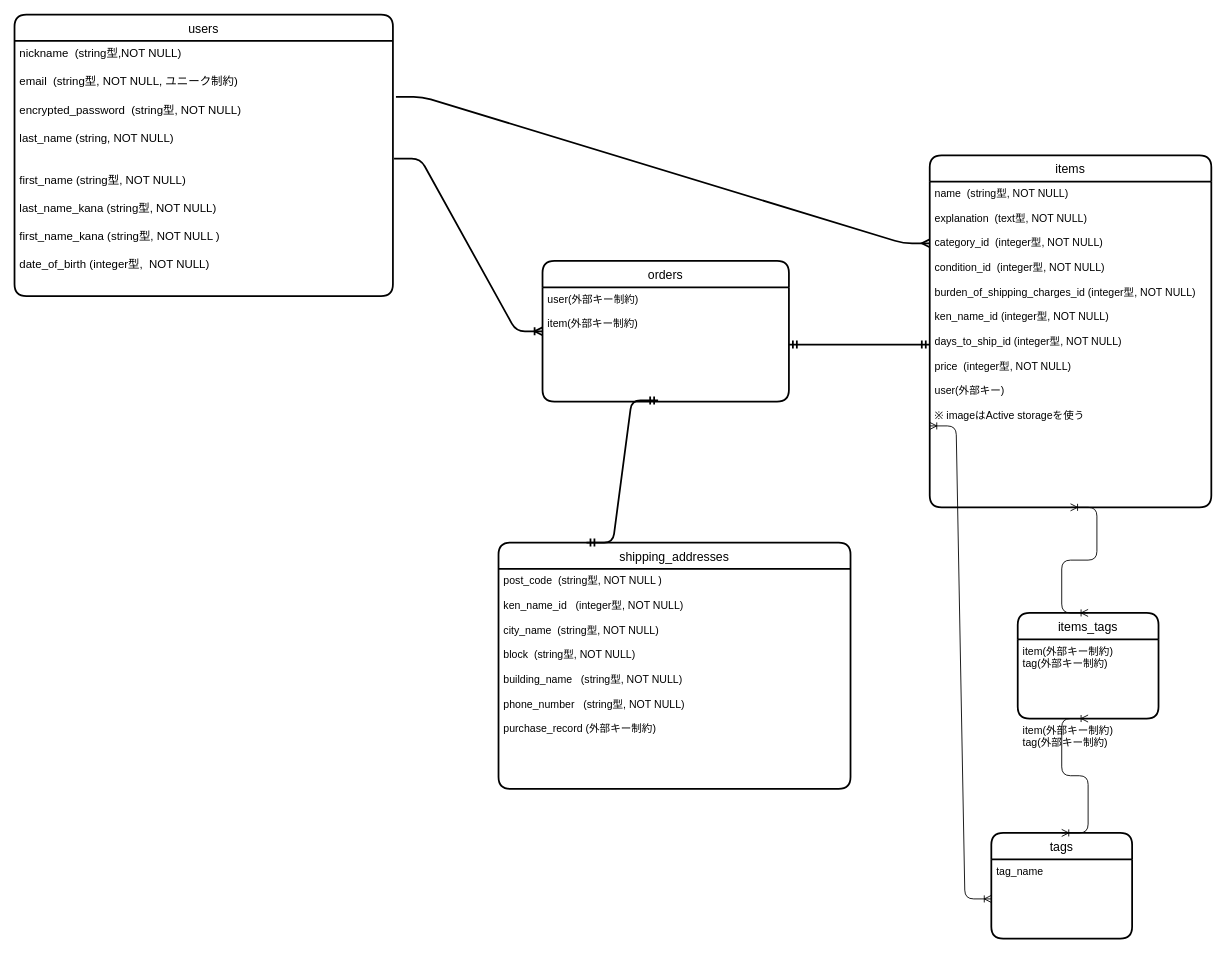
Above: furima.dio in SAZAMUGAN/furima-37792 (draw.io), before the change. Source tidied: cells renumbered, new cells numbered last; positions are measured from the earlier drawing's top-left corner, leaving out a move shared by most shapes. Both pictures are drawn from the tidied source at 88%, with x=0, y=0 at pixel (14, 14).
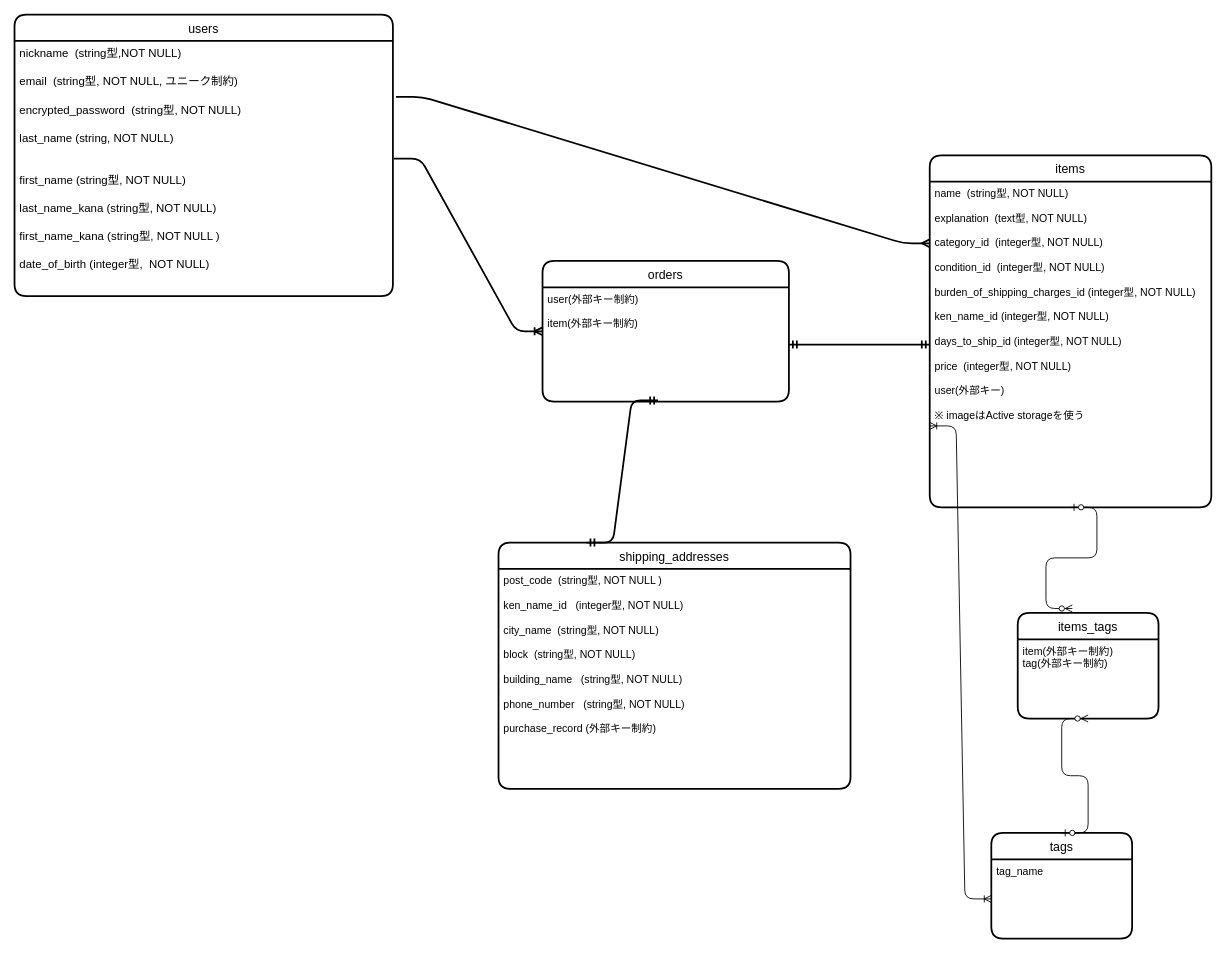
Above is the later version.

Commit message (it also covers changes not shown here):
ER図、READMEの編集とアソシエーションとバリデーションの設定

Unchanged cells that the change refers to:
```xml
<mxCell id="5" value="name  (string型, NOT NULL)&#10;&#10;explanation  (text型, NOT NULL)&#10;&#10;category_id  (integer型, NOT NULL)&#10;&#10;condition_id  (integer型, NOT NULL)&#10;&#10;burden_of_shipping_charges_id (integer型, NOT NULL)&#10;&#10;ken_name_id (integer型, NOT NULL)&#10;&#10;days_to_ship_id (integer型, NOT NULL)&#10;&#10;price  (integer型, NOT NULL)&#10;&#10;user(外部キー)&#10;&#10;※ imageはActive storageを使う" style="align=left;strokeColor=none;fillColor=none;spacingLeft=4;fontSize=12;verticalAlign=top;" parent="4" vertex="1">
  <mxGeometry y="30" width="320" height="370" as="geometry" />
</mxCell>
<mxCell id="14" value="tags" style="swimlane;horizontal=1;startSize=30;rounded=1;fontSize=14;fontStyle=0;strokeWidth=2;shadow=0;dashed=0;align=center;" parent="1" vertex="1">
  <mxGeometry x="1110" y="930" width="160" height="120" as="geometry" />
</mxCell>
<mxCell id="16" value="items_tags" style="swimlane;horizontal=1;startSize=30;rounded=1;fontSize=14;fontStyle=0;strokeWidth=2;shadow=0;dashed=0;align=center;" parent="1" vertex="1">
  <mxGeometry x="1140" y="680" width="160" height="120" as="geometry" />
</mxCell>
<mxCell id="17" value="item(外部キー制約)&#10;tag(外部キー制約)" style="align=left;strokeColor=none;fillColor=none;spacingLeft=4;fontSize=12;verticalAlign=top;" parent="16" vertex="1">
  <mxGeometry y="30" width="160" height="90" as="geometry" />
</mxCell>
```

Diff of the diagram source:
```diff
@@
-    <mxCell id="18" value="item(外部キー制約)&#10;tag(外部キー制約)" style="align=left;strokeColor=none;fillColor=none;spacingLeft=4;fontSize=12;verticalAlign=top;" parent="16" vertex="1">
-      <mxGeometry y="120" width="160" as="geometry" />
-    </mxCell>
@@
-    <mxCell id="20" style="edgeStyle=entityRelationEdgeStyle;fontSize=12;html=1;endArrow=ERoneToMany;startArrow=ERoneToMany;entryX=0.5;entryY=1;entryDx=0;entryDy=0;exitX=0.5;exitY=0;exitDx=0;exitDy=0;" parent="1" edge="1" source="16" target="5">
-      <mxGeometry relative="1" as="geometry" />
-    </mxCell>
+    <mxCell id="22" style="edgeStyle=entityRelationEdgeStyle;fontSize=12;html=1;endArrow=ERzeroToMany;startArrow=ERzeroToOne;exitX=0.5;exitY=1;exitDx=0;exitDy=0;entryX=0.388;entryY=-0.042;entryDx=0;entryDy=0;entryPerimeter=0;" parent="1" edge="1" source="5" target="16">
+      <mxGeometry relative="1" as="geometry" />
+    </mxCell>
-    <mxCell id="21" style="edgeStyle=entityRelationEdgeStyle;fontSize=12;html=1;endArrow=ERoneToMany;startArrow=ERoneToMany;exitX=0.5;exitY=0;exitDx=0;exitDy=0;entryX=0.5;entryY=1;entryDx=0;entryDy=0;" parent="1" edge="1" source="14" target="17">
+    <mxCell id="21" style="edgeStyle=entityRelationEdgeStyle;fontSize=12;html=1;endArrow=ERzeroToMany;startArrow=ERzeroToOne;exitX=0.5;exitY=0;exitDx=0;exitDy=0;entryX=0.5;entryY=1;entryDx=0;entryDy=0;" parent="1" edge="1" source="14" target="17">
       <mxGeometry relative="1" as="geometry" />
     </mxCell>
```
